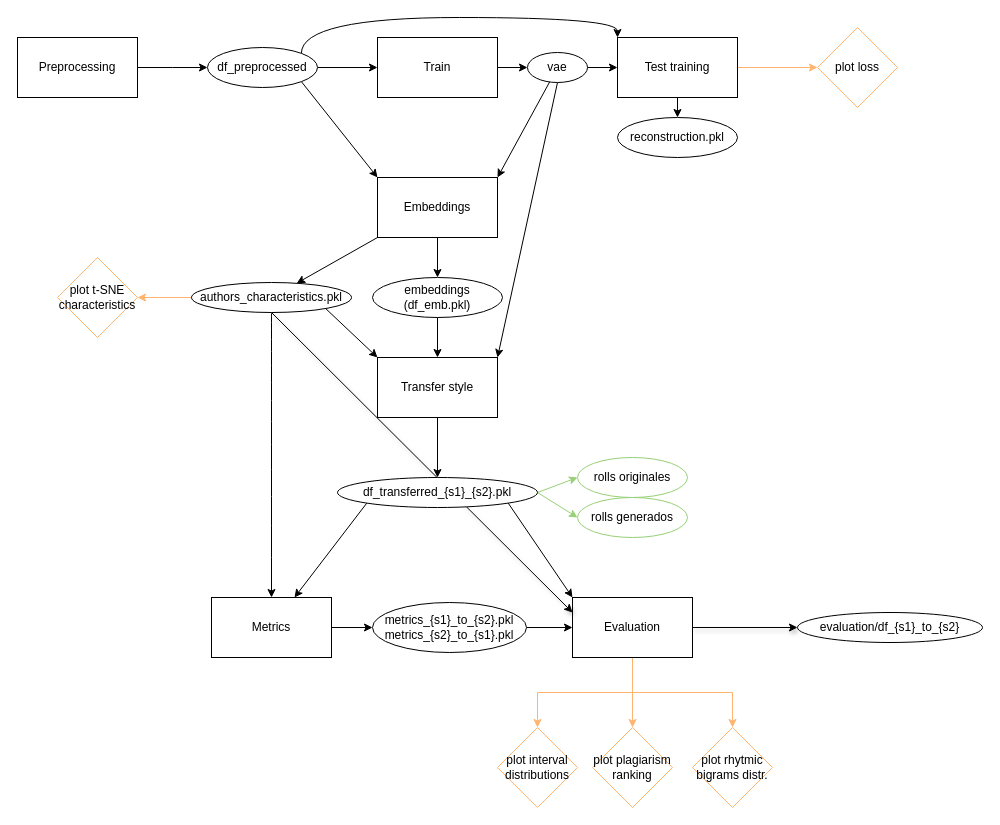
Before: docs/diagrama_style_transfer.drawio in LucasSom/style-transfer, a draw.io diagram. Source tidied: cells renumbered, new cells numbered last; positions are measured from the earlier drawing's top-left corner, leaving out a move shared by most shapes. Both pictures are drawn from the tidied source at 100%, with x=0, y=0 at pixel (17, 17).
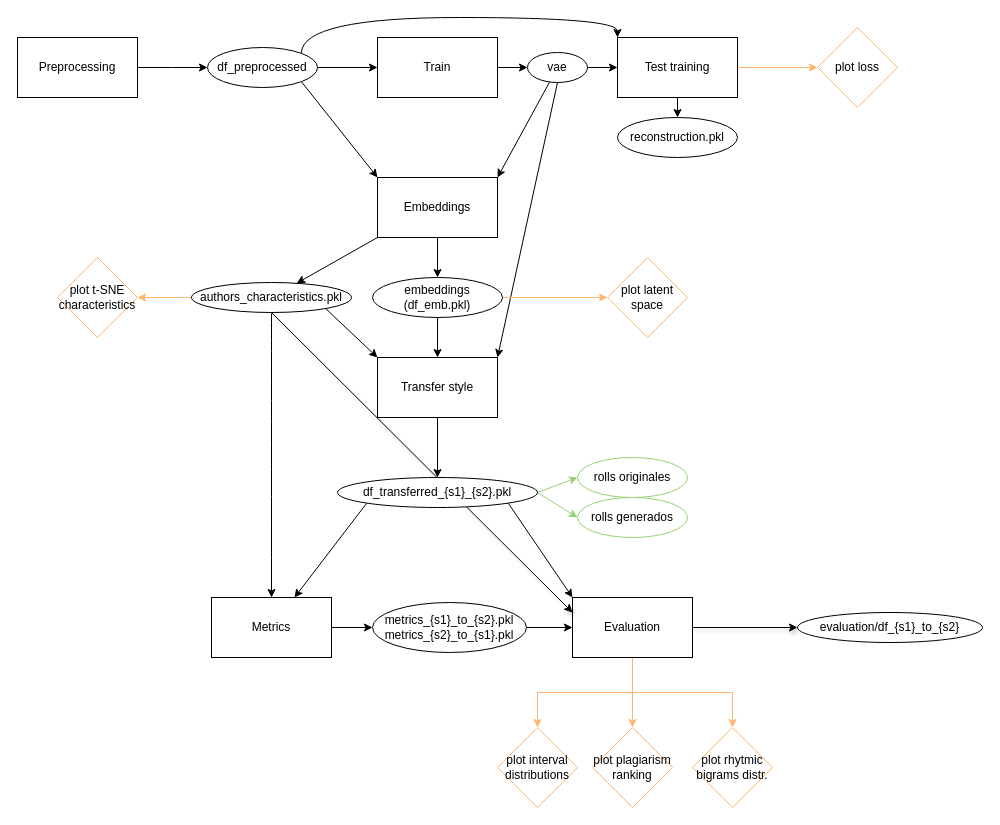
The same page after the edit.

Commit message (it also covers changes not shown here):
plot distributions + updated documentation

The change refers to these unchanged cells:
```xml
<mxCell id="33" value="embeddings (df_emb.pkl)" style="ellipse;whiteSpace=wrap;html=1;rounded=0;" parent="1" vertex="1">
  <mxGeometry x="355" y="260" width="130" height="40" as="geometry" />
</mxCell>
```

The edit, as a diff of the source:
```diff
@@
+    <mxCell id="52" style="edgeStyle=orthogonalEdgeStyle;rounded=0;jettySize=auto;html=1;strokeColor=#FFB570;" parent="1" edge="1" source="33" target="53">
+      <mxGeometry relative="1" as="geometry" />
+    </mxCell>
@@
+    <mxCell id="53" value="plot latent space" style="rhombus;whiteSpace=wrap;html=1;rounded=0;strokeColor=#FFB570;" parent="1" vertex="1">
+      <mxGeometry x="590" y="240" width="80" height="80" as="geometry" />
+    </mxCell>
```
